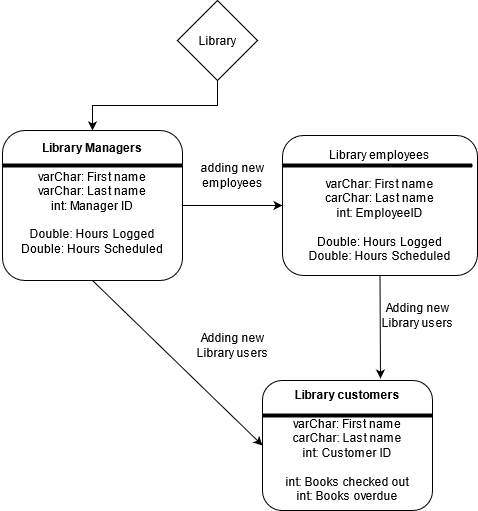
Above: librarySQL/library.png in AnthonyHackney888/Kattis-Leetcode (draw.io), before the change. Source tidied: cells renumbered, new cells last; positions are measured from the earlier drawing's top-left corner, leaving out a move shared by most shapes. Source of this version:
```xml
<mxGraphModel>
  <root>
    <mxCell id="0" />
    <mxCell id="1" parent="0" />
    <mxCell id="2" value="&lt;div&gt;Library employees&lt;/div&gt;&lt;div&gt;&lt;br&gt;&lt;/div&gt;&lt;div&gt;&lt;div&gt;varChar: First name&lt;br&gt;carChar: Last name&lt;br&gt;int: EmployeeID&lt;/div&gt;&lt;div&gt;&lt;br&gt;&lt;/div&gt;&lt;div&gt;&lt;div&gt;Double: Hours Logged&lt;br&gt;&lt;/div&gt;Double: Hours Scheduled&lt;/div&gt;&lt;/div&gt;" style="rounded=1;whiteSpace=wrap;html=1;fontSize=12;glass=0;strokeWidth=1;shadow=0;" parent="1" vertex="1">
      <mxGeometry x="280" y="135" width="195" height="140" as="geometry" />
    </mxCell>
    <mxCell id="3" value="&lt;div&gt;&lt;b&gt;Library customers&lt;/b&gt;&lt;/div&gt;&lt;div&gt;&lt;br&gt;&lt;/div&gt;&lt;div&gt;varChar: First name&lt;br&gt;carChar: Last name&lt;br&gt;int: Customer ID&lt;/div&gt;&lt;div&gt;&lt;br&gt;&lt;/div&gt;&lt;div&gt;int: Books checked out&lt;br&gt;int: Books overdue&lt;/div&gt;" style="rounded=1;whiteSpace=wrap;html=1;fontSize=12;glass=0;strokeWidth=1;shadow=0;" parent="1" vertex="1">
      <mxGeometry x="260" y="380" width="170" height="130" as="geometry" />
    </mxCell>
    <mxCell id="4" style="edgeStyle=orthogonalEdgeStyle;rounded=0;jettySize=auto;html=1;exitX=0.5;exitY=1;exitDx=0;exitDy=0;entryX=0.5;entryY=0;entryDx=0;entryDy=0;" parent="1" edge="1" source="11" target="5">
      <mxGeometry relative="1" as="geometry" />
    </mxCell>
    <mxCell id="5" value="&lt;div&gt;&lt;b&gt;Library Managers&lt;/b&gt;&lt;/div&gt;&lt;div&gt;&lt;br&gt;&lt;/div&gt;&lt;div&gt;varChar: First name&lt;br&gt;varChar: Last name&lt;br&gt;int: Manager ID&lt;/div&gt;&lt;div&gt;&lt;br&gt;&lt;/div&gt;&lt;div&gt;Double: Hours Logged&lt;br&gt;&lt;/div&gt;&lt;div&gt;Double: Hours Scheduled&lt;br&gt;&lt;/div&gt;&lt;div&gt;&lt;br&gt;&lt;/div&gt;" style="rounded=1;whiteSpace=wrap;html=1;fontSize=12;glass=0;strokeWidth=1;shadow=0;" parent="1" vertex="1">
      <mxGeometry y="130" width="180" height="150" as="geometry" />
    </mxCell>
    <mxCell id="6" style="endArrow=classic;html=1;entryX=0;entryY=0.5;entryDx=0;entryDy=0;exitX=1;exitY=0.5;exitDx=0;exitDy=0;" parent="1" edge="1" source="5" target="2">
      <mxGeometry relative="1" as="geometry" />
    </mxCell>
    <mxCell id="7" value="&lt;div&gt;adding new&lt;/div&gt;&lt;div&gt;employees&lt;br&gt;&lt;/div&gt;" style="text;html=1;align=center;verticalAlign=middle;" parent="1" vertex="1">
      <mxGeometry x="190" y="160" width="80" height="30" as="geometry" />
    </mxCell>
    <mxCell id="8" value="&lt;div&gt;Adding new &lt;br&gt;&lt;/div&gt;&lt;div&gt;Library users&lt;br&gt;&lt;/div&gt;" style="text;html=1;align=center;verticalAlign=middle;" parent="1" vertex="1">
      <mxGeometry x="370" y="300" width="90" height="30" as="geometry" />
    </mxCell>
    <mxCell id="9" style="endArrow=classic;html=1;exitX=0.5;exitY=1;exitDx=0;exitDy=0;entryX=0.694;entryY=-0.015;entryDx=0;entryDy=0;entryPerimeter=0;" parent="1" edge="1" source="2" target="3">
      <mxGeometry relative="1" as="geometry" />
    </mxCell>
    <mxCell id="10" style="endArrow=classic;html=1;exitX=0.5;exitY=1;exitDx=0;exitDy=0;entryX=0;entryY=0.5;entryDx=0;entryDy=0;" parent="1" edge="1" source="5" target="3">
      <mxGeometry relative="1" as="geometry" />
    </mxCell>
    <mxCell id="11" value="Library" style="rhombus;whiteSpace=wrap;html=1;" parent="1" vertex="1">
      <mxGeometry x="175" width="80" height="80" as="geometry" />
    </mxCell>
    <mxCell id="12" value="&lt;div&gt;Adding new &lt;br&gt;&lt;/div&gt;&lt;div&gt;Library users&lt;br&gt;&lt;/div&gt;" style="text;html=1;align=center;verticalAlign=middle;" parent="1" vertex="1">
      <mxGeometry x="185" y="330" width="90" height="30" as="geometry" />
    </mxCell>
    <mxCell id="13" style="line;strokeWidth=4;html=1;perimeter=backbonePerimeter;" parent="1" vertex="1">
      <mxGeometry x="260" y="410" width="170" height="10" as="geometry" />
    </mxCell>
    <mxCell id="14" style="line;strokeWidth=4;html=1;perimeter=backbonePerimeter;" parent="1" vertex="1">
      <mxGeometry y="160" width="180" height="10" as="geometry" />
    </mxCell>
    <mxCell id="15" style="line;strokeWidth=4;html=1;perimeter=backbonePerimeter;" parent="1" vertex="1">
      <mxGeometry x="280" y="160" width="190" height="10" as="geometry" />
    </mxCell>
  </root>
</mxGraphModel>
```
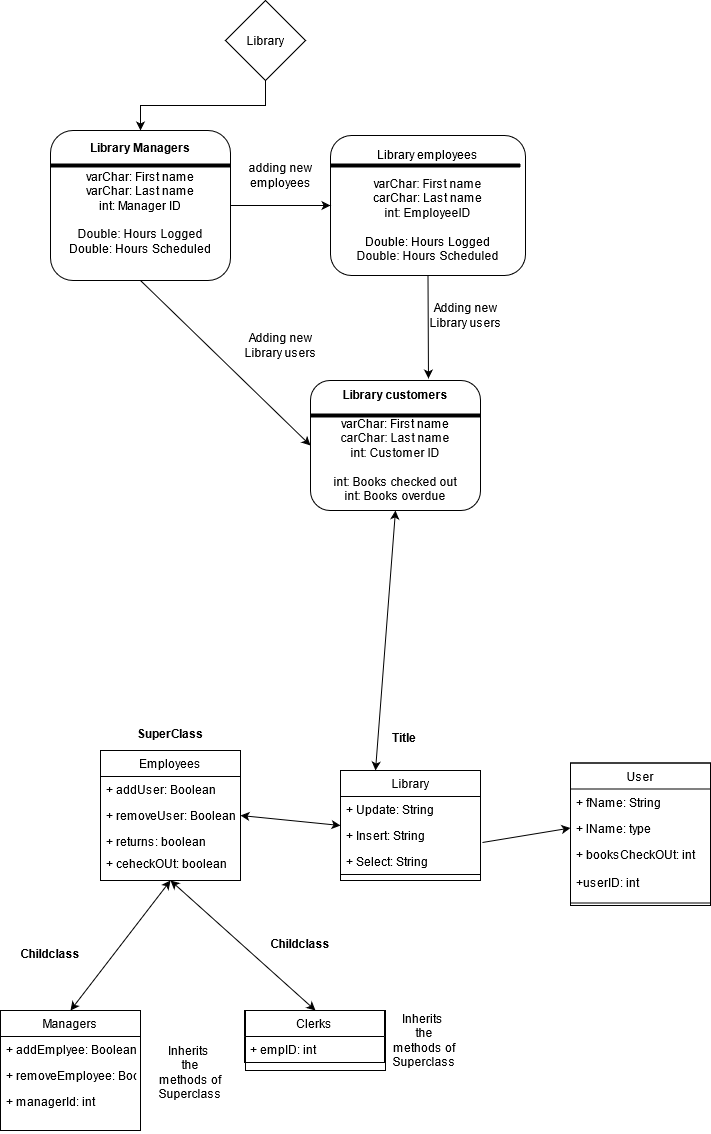
Above is the later version.

The edit, as a diff of the source:
```diff
@@ -44,5 +44,110 @@
     <mxCell id="15" style="line;strokeWidth=4;html=1;perimeter=backbonePerimeter;" parent="1" vertex="1">
       <mxGeometry x="280" y="160" width="190" height="10" as="geometry" />
     </mxCell>
+    <mxCell id="16" style="rounded=0;whiteSpace=wrap;html=1;" parent="1" vertex="1">
+      <mxGeometry x="50" y="750" width="140" height="130" as="geometry" />
+    </mxCell>
+    <mxCell id="17" style="rounded=0;whiteSpace=wrap;html=1;" parent="1" vertex="1">
+      <mxGeometry x="290" y="770" width="140" height="110" as="geometry" />
+    </mxCell>
+    <mxCell id="18" style="rounded=0;whiteSpace=wrap;html=1;" parent="1" vertex="1">
+      <mxGeometry x="-50" y="1010" width="140" height="120" as="geometry" />
+    </mxCell>
+    <mxCell id="19" style="rounded=0;whiteSpace=wrap;html=1;" parent="1" vertex="1">
+      <mxGeometry x="195" y="1010" width="140" height="60" as="geometry" />
+    </mxCell>
+    <mxCell id="20" style="endArrow=classic;startArrow=classic;html=1;exitX=0.5;exitY=0;exitDx=0;exitDy=0;entryX=0.5;entryY=1;entryDx=0;entryDy=0;" parent="1" edge="1" source="18" target="16">
+      <mxGeometry relative="1" as="geometry" />
+    </mxCell>
+    <mxCell id="21" style="endArrow=classic;startArrow=classic;html=1;exitX=0.5;exitY=0;exitDx=0;exitDy=0;entryX=0.5;entryY=1;entryDx=0;entryDy=0;" parent="1" edge="1" source="19" target="16">
+      <mxGeometry relative="1" as="geometry" />
+    </mxCell>
+    <mxCell id="22" style="endArrow=classic;startArrow=classic;html=1;exitX=1;exitY=0.5;exitDx=0;exitDy=0;entryX=0;entryY=0.5;entryDx=0;entryDy=0;" parent="1" edge="1" source="16" target="17">
+      <mxGeometry relative="1" as="geometry" />
+    </mxCell>
+    <mxCell id="23" value="Employees" style="swimlane;fontStyle=0;horizontal=1;startSize=26;fillColor=none;" parent="1" vertex="1">
+      <mxGeometry x="50" y="750" width="140" height="130" as="geometry" />
+    </mxCell>
+    <mxCell id="24" value="+ addUser: Boolean" style="text;strokeColor=none;fillColor=none;align=left;verticalAlign=top;spacingLeft=4;spacingRight=4;overflow=hidden;" parent="23" vertex="1">
+      <mxGeometry y="26" width="140" height="26" as="geometry" />
+    </mxCell>
+    <mxCell id="25" value="+ removeUser: Boolean" style="text;strokeColor=none;fillColor=none;align=left;verticalAlign=top;spacingLeft=4;spacingRight=4;overflow=hidden;" parent="23" vertex="1">
+      <mxGeometry y="52" width="140" height="26" as="geometry" />
+    </mxCell>
+    <mxCell id="26" value="+ returns: boolean" style="text;strokeColor=none;fillColor=none;align=left;verticalAlign=top;spacingLeft=4;spacingRight=4;overflow=hidden;" parent="23" vertex="1">
+      <mxGeometry y="78" width="140" height="52" as="geometry" />
+    </mxCell>
+    <mxCell id="27" value="Managers" style="swimlane;fontStyle=0;horizontal=1;startSize=26;fillColor=none;" parent="1" vertex="1">
+      <mxGeometry x="-50" y="1010" width="140" height="120" as="geometry" />
+    </mxCell>
+    <mxCell id="28" value="+ addEmplyee: Boolean" style="text;strokeColor=none;fillColor=none;align=left;verticalAlign=top;spacingLeft=4;spacingRight=4;overflow=hidden;" parent="27" vertex="1">
+      <mxGeometry y="26" width="140" height="26" as="geometry" />
+    </mxCell>
+    <mxCell id="29" value="+ removeEmployee: Boolean" style="text;strokeColor=none;fillColor=none;align=left;verticalAlign=top;spacingLeft=4;spacingRight=4;overflow=hidden;" parent="27" vertex="1">
+      <mxGeometry y="52" width="140" height="26" as="geometry" />
+    </mxCell>
+    <mxCell id="30" value="+ managerId: int" style="text;strokeColor=none;fillColor=none;align=left;verticalAlign=top;spacingLeft=4;spacingRight=4;overflow=hidden;" parent="27" vertex="1">
+      <mxGeometry y="78" width="140" height="42" as="geometry" />
+    </mxCell>
+    <mxCell id="31" value="Clerks" style="swimlane;fontStyle=0;horizontal=1;startSize=26;fillColor=none;" parent="1" vertex="1">
+      <mxGeometry x="194" y="1010" width="140" height="52" as="geometry" />
+    </mxCell>
+    <mxCell id="32" value="+ empID: int" style="text;strokeColor=none;fillColor=none;align=left;verticalAlign=top;spacingLeft=4;spacingRight=4;overflow=hidden;" parent="31" vertex="1">
+      <mxGeometry y="26" width="140" height="26" as="geometry" />
+    </mxCell>
+    <mxCell id="33" value="Library" style="swimlane;fontStyle=0;horizontal=1;startSize=26;fillColor=none;" parent="1" vertex="1">
+      <mxGeometry x="290" y="770" width="140" height="104" as="geometry" />
+    </mxCell>
+    <mxCell id="34" value="+ Update: String" style="text;strokeColor=none;fillColor=none;align=left;verticalAlign=top;spacingLeft=4;spacingRight=4;overflow=hidden;" parent="33" vertex="1">
+      <mxGeometry y="26" width="140" height="26" as="geometry" />
+    </mxCell>
+    <mxCell id="35" value="+ Insert: String" style="text;strokeColor=none;fillColor=none;align=left;verticalAlign=top;spacingLeft=4;spacingRight=4;overflow=hidden;points=[[0,0.5],[1,0.5]];portConstraint=eastwest;" parent="33" vertex="1">
+      <mxGeometry y="52" width="140" height="26" as="geometry" />
+    </mxCell>
+    <mxCell id="36" value="+ Select: String" style="text;strokeColor=none;fillColor=none;align=left;verticalAlign=top;spacingLeft=4;spacingRight=4;overflow=hidden;" parent="33" vertex="1">
+      <mxGeometry y="78" width="140" height="26" as="geometry" />
+    </mxCell>
+    <mxCell id="37" style="rounded=0;whiteSpace=wrap;html=1;" parent="1" vertex="1">
+      <mxGeometry x="520" y="762.5" width="140" height="142.5" as="geometry" />
+    </mxCell>
+    <mxCell id="38" value="User" style="swimlane;fontStyle=0;horizontal=1;startSize=26;fillColor=none;" parent="1" vertex="1">
+      <mxGeometry x="520" y="762.5" width="140" height="140" as="geometry" />
+    </mxCell>
+    <mxCell id="39" value="+ fName: String" style="text;strokeColor=none;fillColor=none;align=left;verticalAlign=top;spacingLeft=4;spacingRight=4;overflow=hidden;" parent="38" vertex="1">
+      <mxGeometry y="26" width="140" height="26" as="geometry" />
+    </mxCell>
+    <mxCell id="40" value="+ lName: type" style="text;strokeColor=none;fillColor=none;align=left;verticalAlign=top;spacingLeft=4;spacingRight=4;overflow=hidden;points=[[0,0.5],[1,0.5]];portConstraint=eastwest;" parent="38" vertex="1">
+      <mxGeometry y="52" width="140" height="26" as="geometry" />
+    </mxCell>
+    <mxCell id="41" value="+ booksCheckOUt: int&#10;&#10;+userID: int" style="text;strokeColor=none;fillColor=none;align=left;verticalAlign=top;spacingLeft=4;spacingRight=4;overflow=hidden;" parent="38" vertex="1">
+      <mxGeometry y="78" width="140" height="62" as="geometry" />
+    </mxCell>
+    <mxCell id="42" style="endArrow=classic;html=1;entryX=0;entryY=0.5;entryDx=0;entryDy=0;exitX=1.014;exitY=0.769;exitDx=0;exitDy=0;exitPerimeter=0;" parent="1" edge="1" source="35" target="40">
+      <mxGeometry relative="1" as="geometry" />
+    </mxCell>
+    <mxCell id="43" value="+ ceheckOUt: boolean" style="text;strokeColor=none;fillColor=none;align=left;verticalAlign=top;spacingLeft=4;spacingRight=4;overflow=hidden;" parent="1" vertex="1">
+      <mxGeometry x="50" y="850" width="140" height="30" as="geometry" />
+    </mxCell>
+    <mxCell id="44" value="SuperClass" style="text;align=center;fontStyle=1;verticalAlign=middle;spacingLeft=3;spacingRight=3;strokeColor=none;" parent="1" vertex="1">
+      <mxGeometry x="80" y="720" width="80" height="26" as="geometry" />
+    </mxCell>
+    <mxCell id="45" value="Childclass" style="text;align=center;fontStyle=1;verticalAlign=middle;spacingLeft=3;spacingRight=3;strokeColor=none;" parent="1" vertex="1">
+      <mxGeometry x="-40" y="940" width="80" height="26" as="geometry" />
+    </mxCell>
+    <mxCell id="46" value="Childclass" style="text;align=center;fontStyle=1;verticalAlign=middle;spacingLeft=3;spacingRight=3;strokeColor=none;" parent="1" vertex="1">
+      <mxGeometry x="210" y="930" width="80" height="26" as="geometry" />
+    </mxCell>
+    <mxCell id="47" value="Title" style="text;align=center;fontStyle=1;verticalAlign=middle;spacingLeft=3;spacingRight=3;strokeColor=none;" parent="1" vertex="1">
+      <mxGeometry x="314" y="724" width="80" height="26" as="geometry" />
+    </mxCell>
+    <mxCell id="48" style="endArrow=classic;startArrow=classic;html=1;entryX=0.5;entryY=1;entryDx=0;entryDy=0;exitX=0.25;exitY=0;exitDx=0;exitDy=0;" parent="1" edge="1" source="33" target="3">
+      <mxGeometry relative="1" as="geometry" />
+    </mxCell>
+    <mxCell id="49" value="Inherits&amp;nbsp; the methods of Superclass" style="text;html=1;strokeColor=none;fillColor=none;align=center;verticalAlign=middle;whiteSpace=wrap;rounded=0;" parent="1" vertex="1">
+      <mxGeometry x="354" y="1030" width="40" height="20" as="geometry" />
+    </mxCell>
+    <mxCell id="50" value="Inherits&amp;nbsp; the methods of Superclass" style="text;html=1;strokeColor=none;fillColor=none;align=center;verticalAlign=middle;whiteSpace=wrap;rounded=0;" parent="1" vertex="1">
+      <mxGeometry x="120" y="1062" width="40" height="20" as="geometry" />
+    </mxCell>
   </root>
 </mxGraphModel>
```
